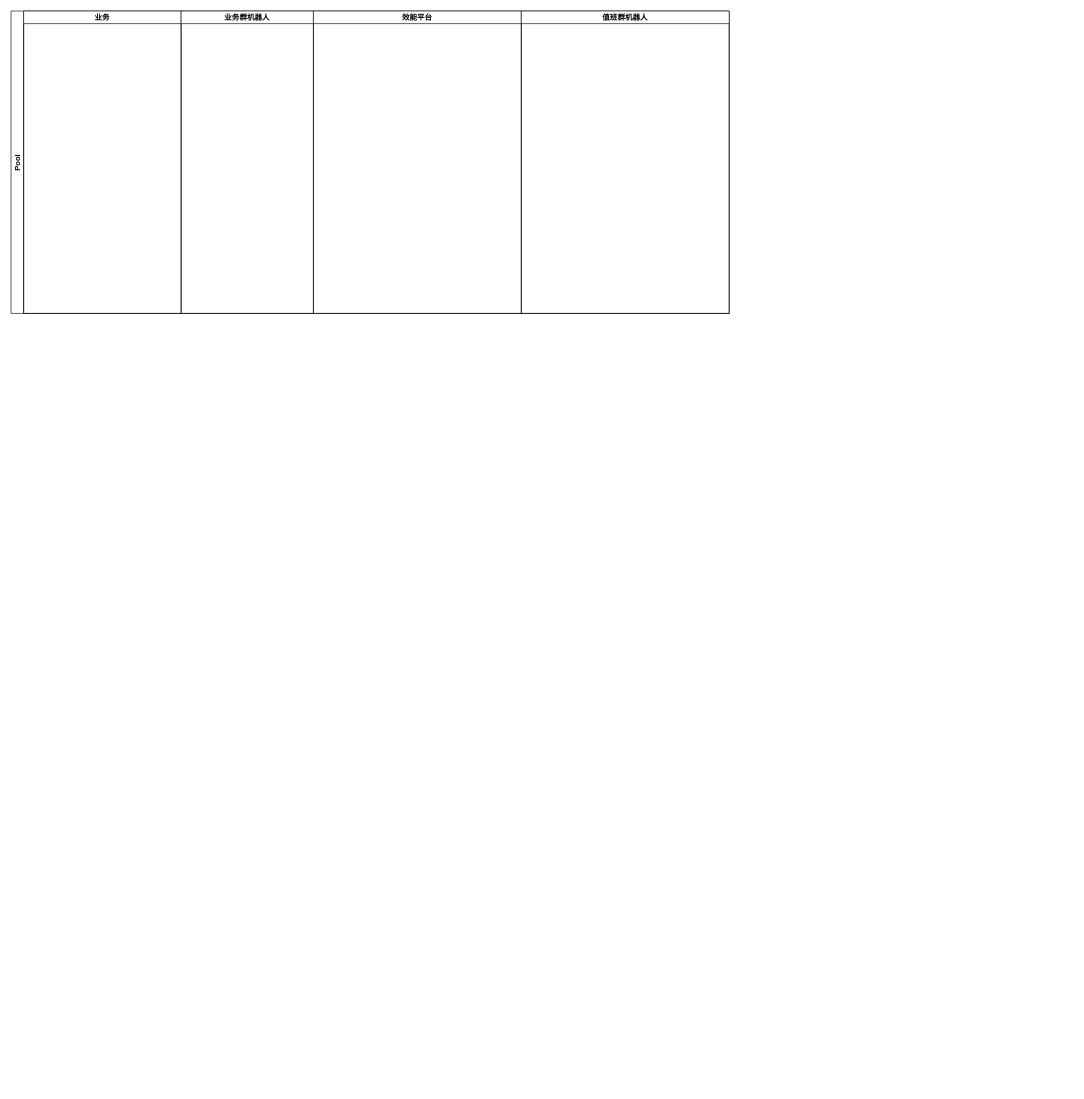
810230010/cloudimg keeps this draw.io diagram as 未命名绘图.drawio. Above is the earlier version. Source tidied: cells renumbered, new cells numbered last; positions are measured from the earlier drawing's top-left corner, leaving out a move shared by most shapes. Both pictures are drawn from the tidied source at 63%, with x=0, y=0 at pixel (11, 11).
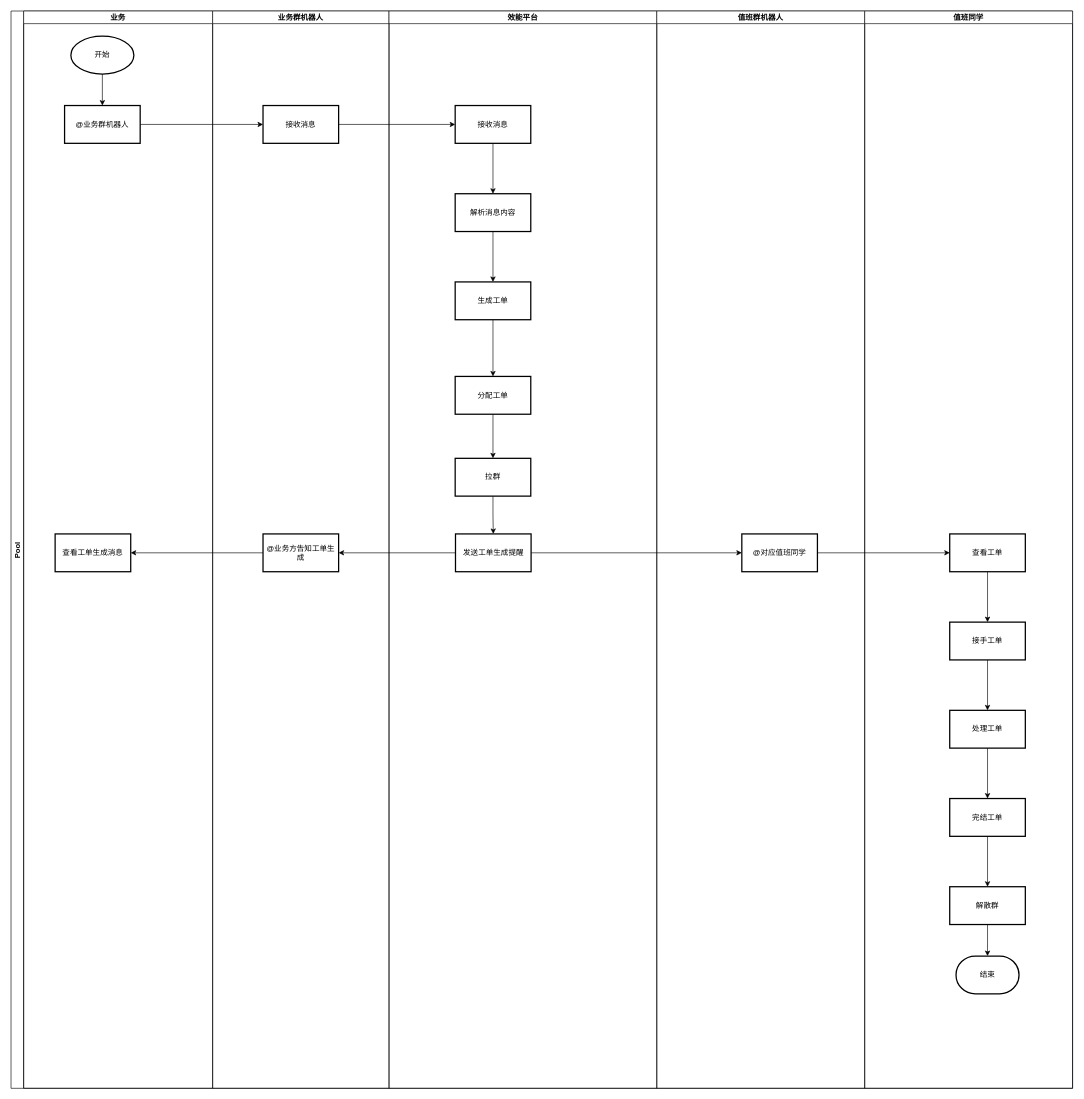
After the change.

Commit message:
更新未命名绘图.drawio

Change to the diagram source:
```diff
@@
     <mxCell id="2" value="Pool" style="swimlane;startSize=20;horizontal=0;" parent="1" vertex="1">
-      <mxGeometry width="1140" height="480" as="geometry" />
+      <mxGeometry width="1685" height="1710" as="geometry" />
     </mxCell>
     <mxCell id="3" value="业务" style="swimlane;startSize=20;" parent="2" vertex="1">
-      <mxGeometry x="20" width="250" height="480" as="geometry" />
+      <mxGeometry x="20" width="300" height="1710" as="geometry" />
     </mxCell>
+    <mxCell id="7" style="edgeStyle=orthogonalEdgeStyle;rounded=0;jettySize=auto;html=1;" parent="3" edge="1" source="8" target="9">
+      <mxGeometry relative="1" as="geometry" />
+    </mxCell>
+    <mxCell id="8" value="开始" style="strokeWidth=2;html=1;shape=mxgraph.flowchart.start_1;whiteSpace=wrap;" parent="3" vertex="1">
+      <mxGeometry x="75" y="40" width="100" height="60" as="geometry" />
+    </mxCell>
+    <mxCell id="9" value="@业务群机器人" style="whiteSpace=wrap;html=1;strokeWidth=2;" parent="3" vertex="1">
+      <mxGeometry x="65" y="150" width="120" height="60" as="geometry" />
+    </mxCell>
+    <mxCell id="10" value="查看工单生成消息" style="whiteSpace=wrap;html=1;strokeWidth=2;" parent="3" vertex="1">
+      <mxGeometry x="50" y="830" width="120" height="60" as="geometry" />
+    </mxCell>
     <mxCell id="4" value="业务群机器人" style="swimlane;startSize=20;" parent="2" vertex="1">
-      <mxGeometry x="270" width="210" height="480" as="geometry" />
+      <mxGeometry x="320" width="280" height="1710" as="geometry" />
     </mxCell>
+    <mxCell id="11" value="接收消息" style="whiteSpace=wrap;html=1;strokeWidth=2;" parent="4" vertex="1">
+      <mxGeometry x="80" y="150" width="120" height="60" as="geometry" />
+    </mxCell>
+    <mxCell id="12" value="@业务方告知工单生成" style="whiteSpace=wrap;html=1;strokeWidth=2;" parent="4" vertex="1">
+      <mxGeometry x="80" y="830" width="120" height="60" as="geometry" />
+    </mxCell>
     <mxCell id="5" value="效能平台" style="swimlane;startSize=20;" parent="2" vertex="1">
-      <mxGeometry x="480" width="330" height="480" as="geometry" />
+      <mxGeometry x="600" width="425" height="1710" as="geometry" />
     </mxCell>
+    <mxCell id="13" style="edgeStyle=orthogonalEdgeStyle;rounded=0;jettySize=auto;html=1;" parent="5" edge="1" source="14" target="16">
+      <mxGeometry relative="1" as="geometry" />
+    </mxCell>
+    <mxCell id="14" value="接收消息" style="whiteSpace=wrap;html=1;strokeWidth=2;" parent="5" vertex="1">
+      <mxGeometry x="105" y="150" width="120" height="60" as="geometry" />
+    </mxCell>
+    <mxCell id="15" style="edgeStyle=orthogonalEdgeStyle;rounded=0;jettySize=auto;html=1;" parent="5" edge="1" source="16" target="18">
+      <mxGeometry relative="1" as="geometry" />
+    </mxCell>
+    <mxCell id="16" value="解析消息内容" style="whiteSpace=wrap;html=1;strokeWidth=2;" parent="5" vertex="1">
+      <mxGeometry x="105" y="290" width="120" height="60" as="geometry" />
+    </mxCell>
+    <mxCell id="17" style="edgeStyle=orthogonalEdgeStyle;rounded=0;jettySize=auto;html=1;entryX=0.5;entryY=0;entryDx=0;entryDy=0;" parent="5" edge="1" source="18" target="20">
+      <mxGeometry relative="1" as="geometry" />
+    </mxCell>
+    <mxCell id="18" value="生成工单" style="whiteSpace=wrap;html=1;strokeWidth=2;" parent="5" vertex="1">
+      <mxGeometry x="105" y="430" width="120" height="60" as="geometry" />
+    </mxCell>
+    <mxCell id="19" style="edgeStyle=orthogonalEdgeStyle;rounded=0;jettySize=auto;html=1;" parent="5" edge="1" source="20" target="22">
+      <mxGeometry relative="1" as="geometry" />
+    </mxCell>
+    <mxCell id="20" value="分配工单" style="whiteSpace=wrap;html=1;strokeWidth=2;" parent="5" vertex="1">
+      <mxGeometry x="105" y="580" width="120" height="60" as="geometry" />
+    </mxCell>
+    <mxCell id="21" style="edgeStyle=orthogonalEdgeStyle;rounded=0;jettySize=auto;html=1;" parent="5" edge="1" source="22" target="23">
+      <mxGeometry relative="1" as="geometry" />
+    </mxCell>
+    <mxCell id="22" value="拉群" style="whiteSpace=wrap;html=1;strokeWidth=2;" parent="5" vertex="1">
+      <mxGeometry x="105" y="710" width="120" height="60" as="geometry" />
+    </mxCell>
+    <mxCell id="23" value="发送工单生成提醒" style="whiteSpace=wrap;html=1;strokeWidth=2;" parent="5" vertex="1">
+      <mxGeometry x="105.5" y="830" width="120" height="60" as="geometry" />
+    </mxCell>
     <mxCell id="6" value="值班群机器人" style="swimlane;startSize=20;" parent="2" vertex="1">
-      <mxGeometry x="810" width="330" height="480" as="geometry" />
+      <mxGeometry x="1025" width="330" height="1710" as="geometry" />
     </mxCell>
+    <mxCell id="24" value="@对应值班同学" style="whiteSpace=wrap;html=1;strokeWidth=2;" parent="6" vertex="1">
+      <mxGeometry x="135" y="830" width="120" height="60" as="geometry" />
+    </mxCell>
+    <mxCell id="25" value="值班同学" style="swimlane;startSize=20;" parent="2" vertex="1">
+      <mxGeometry x="1355" width="330" height="1710" as="geometry" />
+    </mxCell>
+    <mxCell id="26" style="edgeStyle=orthogonalEdgeStyle;rounded=0;jettySize=auto;html=1;" parent="25" edge="1" source="27" target="29">
+      <mxGeometry relative="1" as="geometry" />
+    </mxCell>
+    <mxCell id="27" value="查看工单" style="whiteSpace=wrap;html=1;strokeWidth=2;" parent="25" vertex="1">
+      <mxGeometry x="135" y="830" width="120" height="60" as="geometry" />
+    </mxCell>
+    <mxCell id="28" style="edgeStyle=orthogonalEdgeStyle;rounded=0;jettySize=auto;html=1;" parent="25" edge="1" source="29" target="31">
+      <mxGeometry relative="1" as="geometry" />
+    </mxCell>
+    <mxCell id="29" value="接手工单" style="whiteSpace=wrap;html=1;strokeWidth=2;" parent="25" vertex="1">
+      <mxGeometry x="135" y="970" width="120" height="60" as="geometry" />
+    </mxCell>
+    <mxCell id="30" style="edgeStyle=orthogonalEdgeStyle;rounded=0;jettySize=auto;html=1;" parent="25" edge="1" source="31" target="33">
+      <mxGeometry relative="1" as="geometry" />
+    </mxCell>
+    <mxCell id="31" value="处理工单" style="whiteSpace=wrap;html=1;strokeWidth=2;" parent="25" vertex="1">
+      <mxGeometry x="135" y="1110" width="120" height="60" as="geometry" />
+    </mxCell>
+    <mxCell id="32" style="edgeStyle=orthogonalEdgeStyle;rounded=0;jettySize=auto;html=1;" parent="25" edge="1" source="33" target="34">
+      <mxGeometry relative="1" as="geometry" />
+    </mxCell>
+    <mxCell id="33" value="完结工单" style="whiteSpace=wrap;html=1;strokeWidth=2;" parent="25" vertex="1">
+      <mxGeometry x="135" y="1250" width="120" height="60" as="geometry" />
+    </mxCell>
+    <mxCell id="34" value="解散群" style="whiteSpace=wrap;html=1;strokeWidth=2;" parent="25" vertex="1">
+      <mxGeometry x="135" y="1390" width="120" height="60" as="geometry" />
+    </mxCell>
+    <mxCell id="35" value="结束" style="strokeWidth=2;html=1;shape=mxgraph.flowchart.terminator;whiteSpace=wrap;" parent="25" vertex="1">
+      <mxGeometry x="145" y="1500" width="100" height="60" as="geometry" />
+    </mxCell>
+    <mxCell id="36" style="edgeStyle=orthogonalEdgeStyle;rounded=0;jettySize=auto;html=1;entryX=0.5;entryY=0;entryDx=0;entryDy=0;entryPerimeter=0;" parent="25" edge="1" source="34" target="35">
+      <mxGeometry relative="1" as="geometry" />
+    </mxCell>
+    <mxCell id="37" style="edgeStyle=orthogonalEdgeStyle;rounded=0;jettySize=auto;html=1;" parent="2" edge="1" source="9" target="11">
+      <mxGeometry relative="1" as="geometry" />
+    </mxCell>
+    <mxCell id="38" style="edgeStyle=orthogonalEdgeStyle;rounded=0;jettySize=auto;html=1;" parent="2" edge="1" source="11" target="14">
+      <mxGeometry relative="1" as="geometry" />
+    </mxCell>
+    <mxCell id="39" style="edgeStyle=orthogonalEdgeStyle;rounded=0;jettySize=auto;html=1;" parent="2" edge="1" source="23" target="24">
+      <mxGeometry relative="1" as="geometry" />
+    </mxCell>
+    <mxCell id="40" style="edgeStyle=orthogonalEdgeStyle;rounded=0;jettySize=auto;html=1;" parent="2" edge="1" source="12" target="10">
+      <mxGeometry relative="1" as="geometry" />
+    </mxCell>
+    <mxCell id="41" style="edgeStyle=orthogonalEdgeStyle;rounded=0;jettySize=auto;html=1;entryX=1;entryY=0.5;entryDx=0;entryDy=0;" parent="2" edge="1" source="23" target="12">
+      <mxGeometry relative="1" as="geometry" />
+    </mxCell>
+    <mxCell id="42" style="edgeStyle=orthogonalEdgeStyle;rounded=0;jettySize=auto;html=1;" parent="2" edge="1" source="24" target="27">
+      <mxGeometry relative="1" as="geometry" />
+    </mxCell>
```
